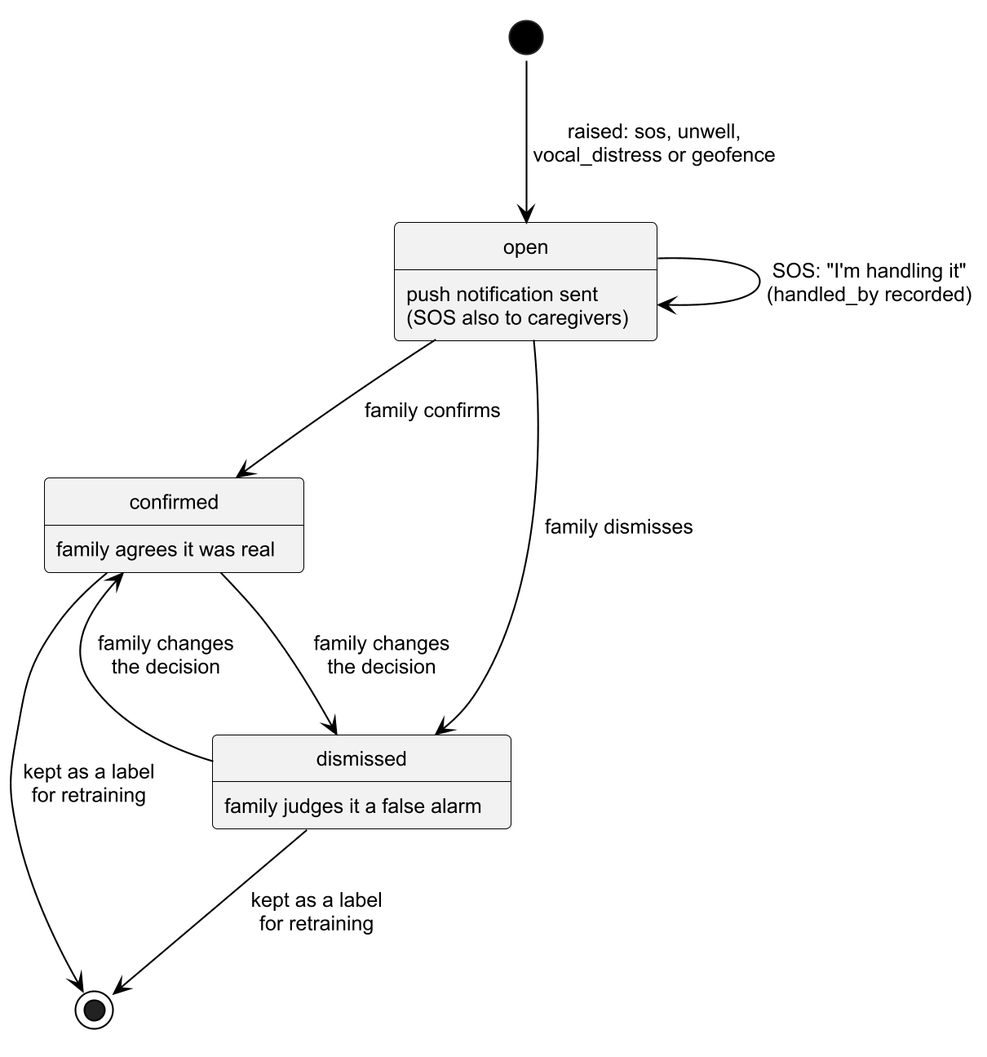
alvviinn/Mzazicare keeps this PlantUML diagram as docs/diagrams/fig4_13_state_alert.png. Above is the earlier version.
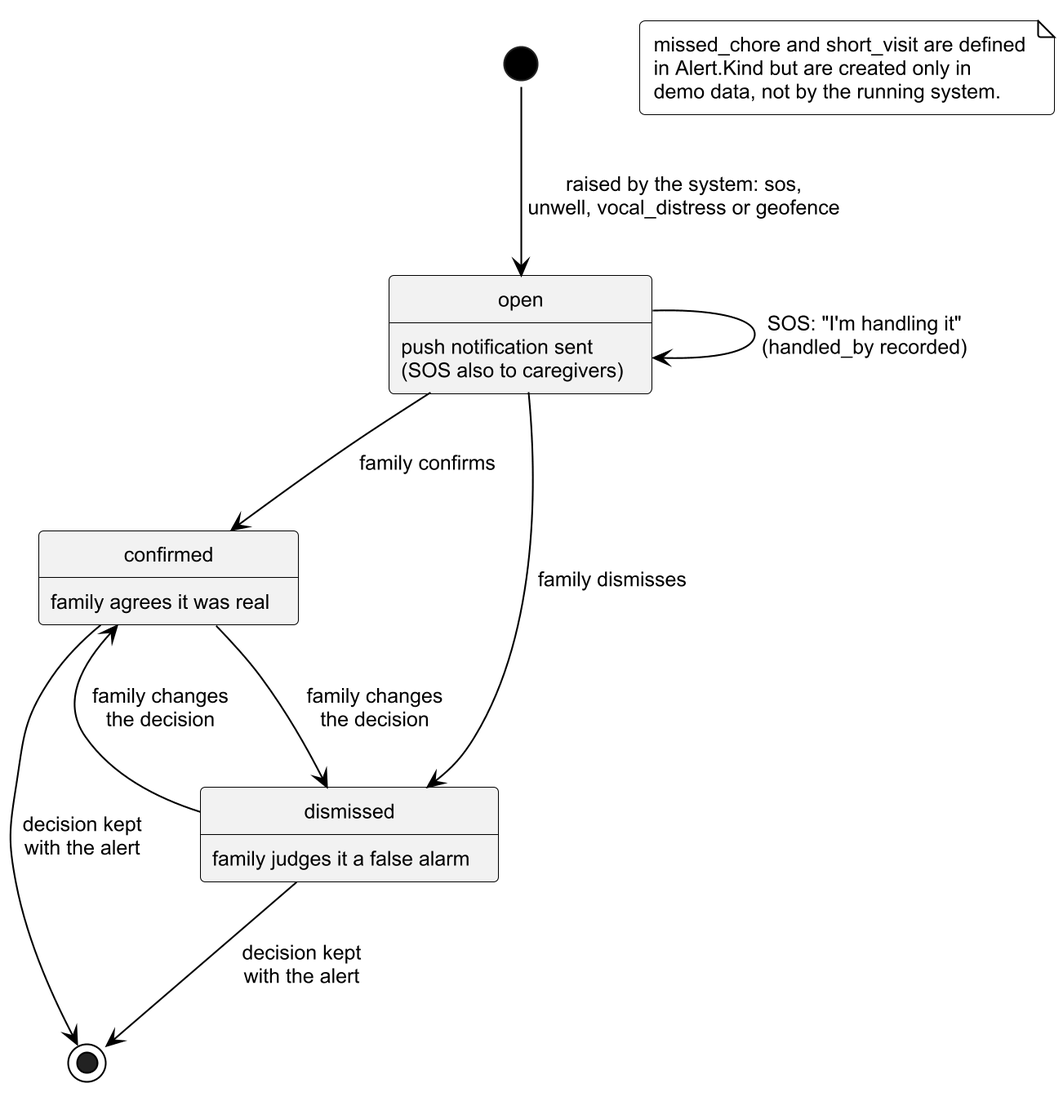
Above is the later version.

Change to the diagram source:
```diff
@@ -8,12 +8,14 @@
 state "confirmed" as Confirmed : family agrees it was real
 state "dismissed" as Dismissed : family judges it a false alarm
 
-[*] --> Open : raised: sos, unwell,\nvocal_distress or geofence
+[*] --> Open : raised by the system: sos,\nunwell, vocal_distress or geofence
 Open --> Open : SOS: "I'm handling it"\n(handled_by recorded)
 Open --> Confirmed : family confirms
 Open --> Dismissed : family dismisses
 Confirmed --> Dismissed : family changes\nthe decision
 Dismissed --> Confirmed : family changes\nthe decision
-Confirmed --> [*] : kept as a label\nfor retraining
-Dismissed --> [*] : kept as a label\nfor retraining
+Confirmed --> [*] : decision kept\nwith the alert
+Dismissed --> [*] : decision kept\nwith the alert
+
+note "missed_chore and short_visit are defined\nin Alert.Kind but are created only in\ndemo data, not by the running system." as N1
 @enduml
```
